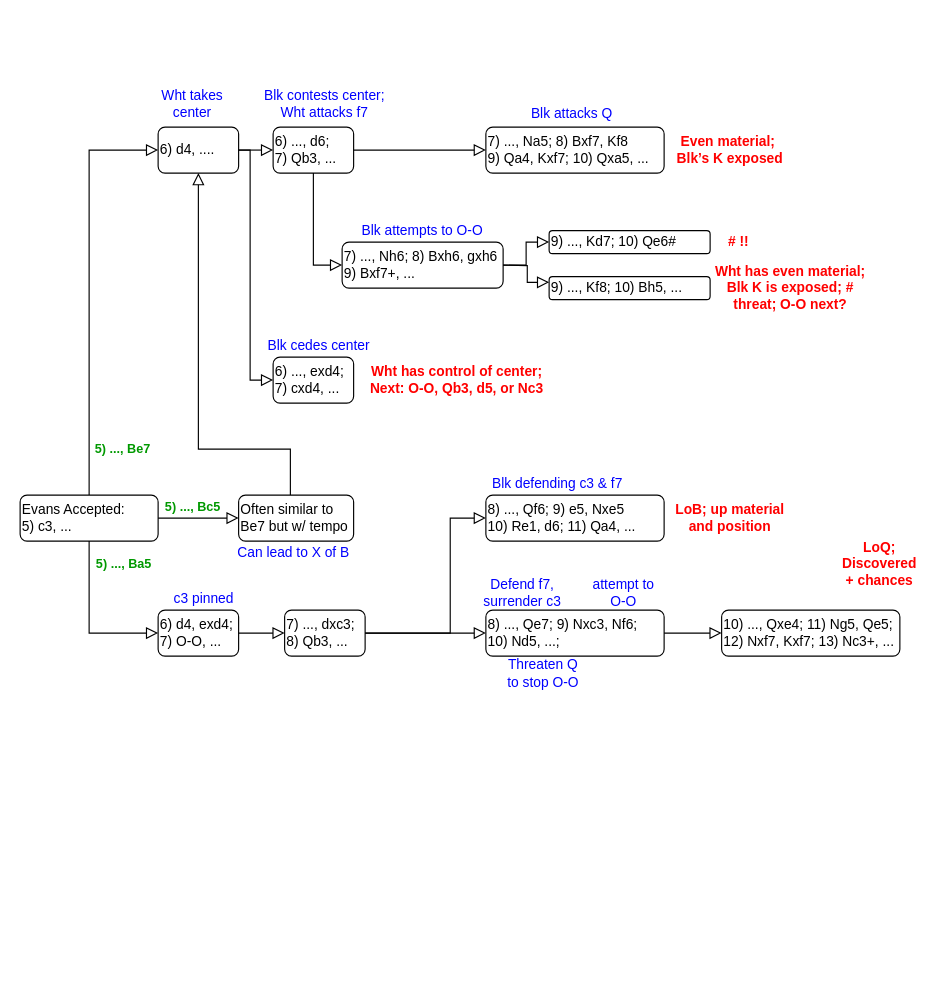
Before: Evans - 20200628 v01.drawio in tsnellgrove/draw.io, a draw.io diagram. Source tidied: cells renumbered, new cells numbered last; positions are measured from the earlier drawing's top-left corner, leaving out a move shared by most shapes. Both pictures are drawn from the tidied source at 115%, with x=0, y=0 at pixel (20, 92).
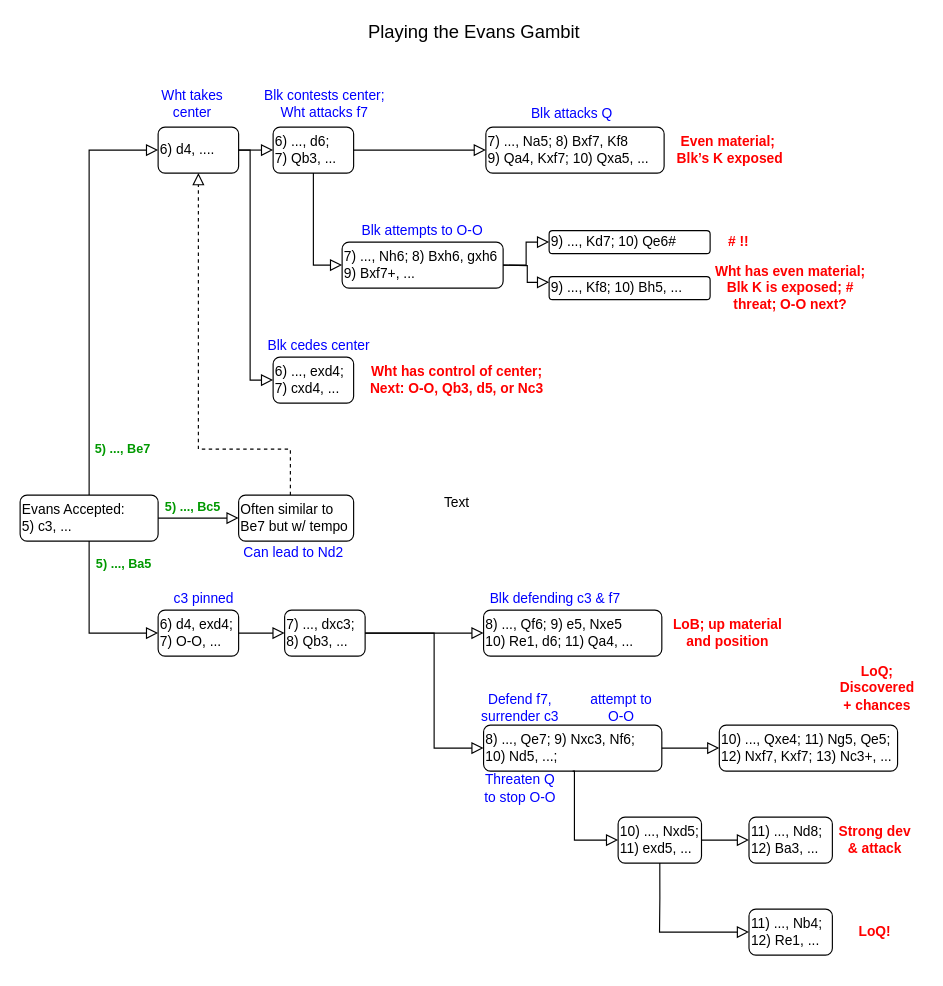
The same page after the edit.

Unchanged cells that the change refers to:
```xml
<mxCell id="4" value="6) d4, ....&amp;nbsp;" style="rounded=1;whiteSpace=wrap;html=1;fontSize=12;glass=0;strokeWidth=1;shadow=0;align=left;" parent="1" vertex="1">
  <mxGeometry x="120" y="30" width="70" height="40" as="geometry" />
</mxCell>
<mxCell id="26" value="Often similar to Be7 but w/ tempo" style="rounded=1;whiteSpace=wrap;html=1;fontSize=12;glass=0;strokeWidth=1;shadow=0;align=left;" parent="1" vertex="1">
  <mxGeometry x="190" y="350" width="100" height="40" as="geometry" />
</mxCell>
<mxCell id="33" value="&lt;div&gt;7) ..., dxc3;&lt;/div&gt;&lt;div&gt;8) Qb3, ...&lt;br&gt; &lt;/div&gt;" style="rounded=1;whiteSpace=wrap;html=1;fontSize=12;glass=0;strokeWidth=1;shadow=0;align=left;" parent="1" vertex="1">
  <mxGeometry x="230" y="450" width="70" height="40" as="geometry" />
</mxCell>
```

Diff of the diagram source:
```diff
@@
-    <mxCell id="28" style="rounded=0;html=1;jettySize=auto;fontSize=11;endArrow=block;endFill=0;endSize=8;strokeWidth=1;shadow=0;labelBackgroundColor=none;edgeStyle=orthogonalEdgeStyle;entryX=0.5;entryY=1;entryDx=0;entryDy=0;" parent="1" edge="1" source="26" target="4">
+    <mxCell id="28" style="rounded=0;html=1;jettySize=auto;fontSize=11;endArrow=block;endFill=0;endSize=8;strokeWidth=1;shadow=0;labelBackgroundColor=none;edgeStyle=orthogonalEdgeStyle;entryX=0.5;entryY=1;entryDx=0;entryDy=0;dashed=1;" parent="1" edge="1" source="26" target="4">
       <mxGeometry relative="1" as="geometry">
         <Array as="points">
           <mxPoint x="235" y="310" />
           <mxPoint x="155" y="310" />
         </Array>
       </mxGeometry>
     </mxCell>
-    <mxCell id="29" value="Can lead to X of B" style="text;html=1;strokeColor=none;fillColor=none;align=center;verticalAlign=middle;whiteSpace=wrap;rounded=0;fontColor=#0000FF;" parent="1" vertex="1">
+    <mxCell id="29" value="Can lead to Nd2" style="text;html=1;strokeColor=none;fillColor=none;align=center;verticalAlign=middle;whiteSpace=wrap;rounded=0;fontColor=#0000FF;" parent="1" vertex="1">
       <mxGeometry x="188" y="390" width="100" height="20" as="geometry" />
     </mxCell>
@@
     <mxCell id="35" value="8) ..., Qf6; 9) e5, Nxe5&lt;br&gt;10) Re1, d6; 11) Qa4, ..." style="rounded=1;whiteSpace=wrap;html=1;fontSize=12;glass=0;strokeWidth=1;shadow=0;align=left;" parent="1" vertex="1">
-      <mxGeometry x="405" y="350" width="155" height="40" as="geometry" />
+      <mxGeometry x="403" y="450" width="155" height="40" as="geometry" />
     </mxCell>
     <mxCell id="36" style="rounded=0;html=1;jettySize=auto;fontSize=11;endArrow=block;endFill=0;endSize=8;strokeWidth=1;shadow=0;labelBackgroundColor=none;edgeStyle=orthogonalEdgeStyle;entryX=0;entryY=0.5;entryDx=0;entryDy=0;exitX=1;exitY=0.5;exitDx=0;exitDy=0;" parent="1" edge="1" source="33" target="35">
       <mxGeometry relative="1" as="geometry">
         <Array as="points">
-          <mxPoint x="374" y="470" />
-          <mxPoint x="374" y="370" />
+          <mxPoint x="390" y="470" />
+          <mxPoint x="390" y="470" />
         </Array>
       </mxGeometry>
     </mxCell>
     <mxCell id="37" value="Blk defending c3 &amp;amp; f7" style="text;html=1;strokeColor=none;fillColor=none;align=center;verticalAlign=middle;whiteSpace=wrap;rounded=0;fontColor=#0000FF;" parent="1" vertex="1">
-      <mxGeometry x="405" y="330" width="125" height="20" as="geometry" />
+      <mxGeometry x="403" y="430" width="125" height="20" as="geometry" />
     </mxCell>
     <mxCell id="38" value="&lt;b&gt;LoB; up material &lt;br&gt;and position&lt;br&gt;&lt;/b&gt;" style="text;html=1;strokeColor=none;fillColor=none;align=center;verticalAlign=middle;whiteSpace=wrap;rounded=0;fontColor=#FF0000;" parent="1" vertex="1">
-      <mxGeometry x="560" y="360" width="115" height="20" as="geometry" />
+      <mxGeometry x="558" y="460" width="115" height="20" as="geometry" />
     </mxCell>
     <mxCell id="39" value="8) ..., Qe7; 9) Nxc3, Nf6;&lt;br&gt;10) Nd5, ...;" style="rounded=1;whiteSpace=wrap;html=1;fontSize=12;glass=0;strokeWidth=1;shadow=0;align=left;" parent="1" vertex="1">
-      <mxGeometry x="405" y="450" width="155" height="40" as="geometry" />
+      <mxGeometry x="403" y="550" width="155" height="40" as="geometry" />
     </mxCell>
     <mxCell id="40" style="rounded=0;html=1;jettySize=auto;fontSize=11;endArrow=block;endFill=0;endSize=8;strokeWidth=1;shadow=0;labelBackgroundColor=none;edgeStyle=orthogonalEdgeStyle;exitX=1;exitY=0.5;exitDx=0;exitDy=0;entryX=0;entryY=0.5;entryDx=0;entryDy=0;" parent="1" edge="1" source="33" target="39">
       <mxGeometry relative="1" as="geometry">
         <Array as="points">
-          <mxPoint x="380" y="470" />
-          <mxPoint x="380" y="470" />
+          <mxPoint x="360" y="470" />
+          <mxPoint x="360" y="570" />
         </Array>
       </mxGeometry>
     </mxCell>
     <mxCell id="41" value="Defend f7, surrender c3" style="text;html=1;strokeColor=none;fillColor=none;align=center;verticalAlign=middle;whiteSpace=wrap;rounded=0;fontColor=#0000FF;" parent="1" vertex="1">
-      <mxGeometry x="402" y="425" width="70" height="20" as="geometry" />
+      <mxGeometry x="400" y="525" width="70" height="20" as="geometry" />
     </mxCell>
     <mxCell id="42" value="attempt to O-O" style="text;html=1;strokeColor=none;fillColor=none;align=center;verticalAlign=middle;whiteSpace=wrap;rounded=0;fontColor=#0000FF;" parent="1" vertex="1">
-      <mxGeometry x="490" y="425" width="70" height="20" as="geometry" />
+      <mxGeometry x="488" y="525" width="70" height="20" as="geometry" />
     </mxCell>
     <mxCell id="43" value="Threaten Q to stop O-O" style="text;html=1;strokeColor=none;fillColor=none;align=center;verticalAlign=middle;whiteSpace=wrap;rounded=0;fontColor=#0000FF;" parent="1" vertex="1">
-      <mxGeometry x="420" y="494.5" width="70" height="20" as="geometry" />
+      <mxGeometry x="400" y="594.5" width="70" height="20" as="geometry" />
     </mxCell>
     <mxCell id="44" value="10) ..., Qxe4; 11) Ng5, Qe5;&lt;br&gt;12) Nxf7, Kxf7; 13) Nc3+, ..." style="rounded=1;whiteSpace=wrap;html=1;fontSize=12;glass=0;strokeWidth=1;shadow=0;align=left;" parent="1" vertex="1">
-      <mxGeometry x="610" y="450" width="155" height="40" as="geometry" />
+      <mxGeometry x="608" y="550" width="155" height="40" as="geometry" />
     </mxCell>
     <mxCell id="45" style="rounded=0;html=1;jettySize=auto;fontSize=11;endArrow=block;endFill=0;endSize=8;strokeWidth=1;shadow=0;labelBackgroundColor=none;edgeStyle=orthogonalEdgeStyle;exitX=1;exitY=0.5;exitDx=0;exitDy=0;" parent="1" edge="1" source="39">
       <mxGeometry relative="1" as="geometry">
-        <mxPoint x="610" y="470" as="targetPoint" />
+        <mxPoint x="608" y="570" as="targetPoint" />
         <Array as="points">
-          <mxPoint x="580" y="470" />
+          <mxPoint x="578" y="570" />
         </Array>
       </mxGeometry>
     </mxCell>
     <mxCell id="46" value="&lt;b&gt;LoQ; Discovered + chances&lt;br&gt;&lt;/b&gt;" style="text;html=1;strokeColor=none;fillColor=none;align=center;verticalAlign=middle;whiteSpace=wrap;rounded=0;fontColor=#FF0000;" parent="1" vertex="1">
-      <mxGeometry x="710" y="380" width="75" height="60" as="geometry" />
+      <mxGeometry x="708" y="488" width="75" height="60" as="geometry" />
     </mxCell>
+    <mxCell id="47" value="&lt;div&gt;10) ..., Nxd5;&lt;/div&gt;&lt;div&gt;11) exd5, ...&lt;br&gt; &lt;/div&gt;" style="rounded=1;whiteSpace=wrap;html=1;fontSize=12;glass=0;strokeWidth=1;shadow=0;align=left;" parent="1" vertex="1">
+      <mxGeometry x="520" y="630" width="72.5" height="40" as="geometry" />
+    </mxCell>
+    <mxCell id="48" style="rounded=0;html=1;jettySize=auto;fontSize=11;endArrow=block;endFill=0;endSize=8;strokeWidth=1;shadow=0;labelBackgroundColor=none;edgeStyle=orthogonalEdgeStyle;exitX=0.5;exitY=1;exitDx=0;exitDy=0;entryX=0;entryY=0.5;entryDx=0;entryDy=0;" parent="1" edge="1" source="39" target="47">
+      <mxGeometry relative="1" as="geometry">
+        <Array as="points">
+          <mxPoint x="482" y="590" />
+          <mxPoint x="482" y="650" />
+        </Array>
+      </mxGeometry>
+    </mxCell>
+    <mxCell id="49" value="&lt;div&gt;11) ..., Nd8;&lt;/div&gt;&lt;div&gt;12) Ba3, ...&lt;br&gt; &lt;/div&gt;" style="rounded=1;whiteSpace=wrap;html=1;fontSize=12;glass=0;strokeWidth=1;shadow=0;align=left;" parent="1" vertex="1">
+      <mxGeometry x="633.8" y="630" width="72.5" height="40" as="geometry" />
+    </mxCell>
+    <mxCell id="50" value="&lt;div&gt;11) ..., Nb4;&lt;/div&gt;&lt;div&gt;12) Re1, ...&lt;br&gt; &lt;/div&gt;" style="rounded=1;whiteSpace=wrap;html=1;fontSize=12;glass=0;strokeWidth=1;shadow=0;align=left;" parent="1" vertex="1">
+      <mxGeometry x="633.8" y="710" width="72.5" height="40" as="geometry" />
+    </mxCell>
+    <mxCell id="51" style="rounded=0;html=1;jettySize=auto;fontSize=11;endArrow=block;endFill=0;endSize=8;strokeWidth=1;shadow=0;labelBackgroundColor=none;edgeStyle=orthogonalEdgeStyle;exitX=1;exitY=0.5;exitDx=0;exitDy=0;entryX=0;entryY=0.5;entryDx=0;entryDy=0;" parent="1" edge="1" source="47" target="49">
+      <mxGeometry relative="1" as="geometry" />
+    </mxCell>
+    <mxCell id="52" value="&lt;b&gt;Strong dev &amp;amp; attack&lt;br&gt;&lt;/b&gt;" style="text;html=1;strokeColor=none;fillColor=none;align=center;verticalAlign=middle;whiteSpace=wrap;rounded=0;fontColor=#FF0000;" parent="1" vertex="1">
+      <mxGeometry x="706.2" y="620" width="75" height="60" as="geometry" />
+    </mxCell>
+    <mxCell id="53" style="rounded=0;html=1;jettySize=auto;fontSize=11;endArrow=block;endFill=0;endSize=8;strokeWidth=1;shadow=0;labelBackgroundColor=none;edgeStyle=orthogonalEdgeStyle;exitX=0.5;exitY=1;exitDx=0;exitDy=0;" parent="1" edge="1" source="47" target="50">
+      <mxGeometry relative="1" as="geometry">
+        <Array as="points">
+          <mxPoint x="556" y="700" />
+          <mxPoint x="556" y="730" />
+        </Array>
+      </mxGeometry>
+    </mxCell>
+    <mxCell id="54" value="&lt;b&gt;LoQ!&lt;/b&gt;" style="text;html=1;strokeColor=none;fillColor=none;align=center;verticalAlign=middle;whiteSpace=wrap;rounded=0;fontColor=#FF0000;" parent="1" vertex="1">
+      <mxGeometry x="706.2" y="700" width="75" height="60" as="geometry" />
+    </mxCell>
+    <mxCell id="55" value="Text" style="text;html=1;strokeColor=none;fillColor=none;align=center;verticalAlign=middle;whiteSpace=wrap;rounded=0;" parent="1" vertex="1">
+      <mxGeometry x="360" y="347" width="40" height="20" as="geometry" />
+    </mxCell>
+    <mxCell id="56" value="Playing the Evans Gambit" style="text;html=1;strokeColor=none;fillColor=none;align=center;verticalAlign=middle;whiteSpace=wrap;rounded=0;fontSize=16;" parent="1" vertex="1">
+      <mxGeometry x="300" y="-63" width="190" height="20" as="geometry" />
+    </mxCell>
```
